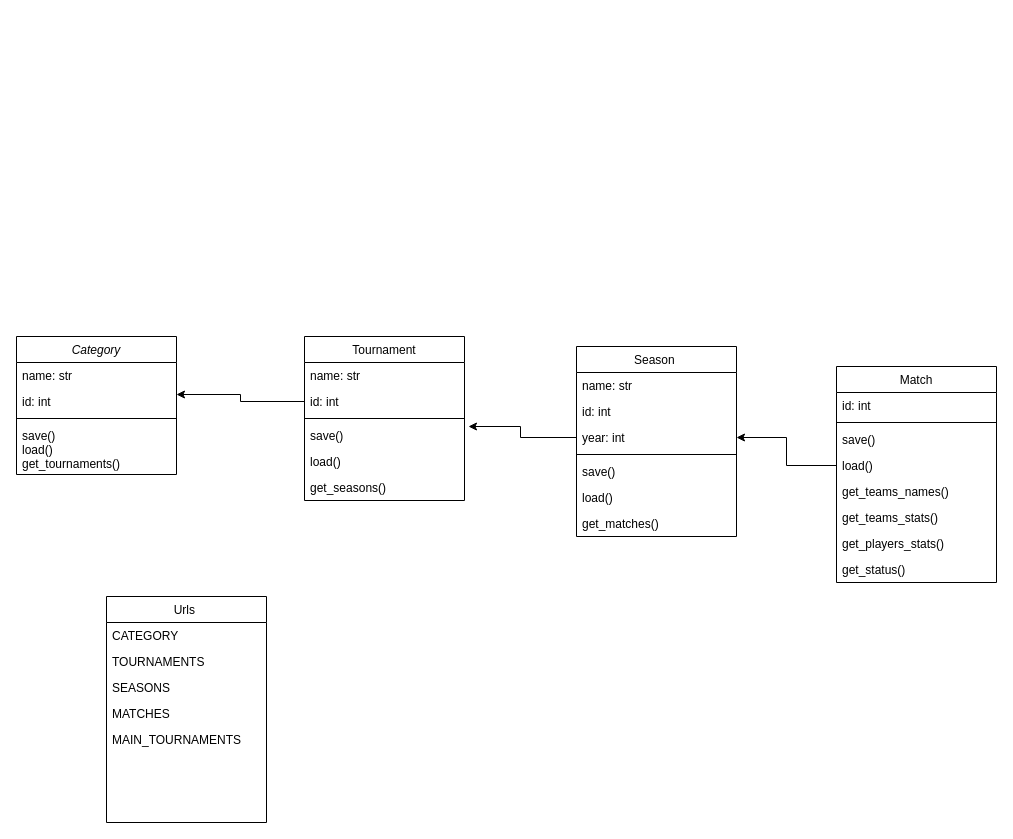
Earlier version of the draw.io diagram sofascrap.drawio (KauanHK/diagramas). Source tidied: cells renumbered, new cells numbered last; positions are measured from the earlier drawing's top-left corner, leaving out a move shared by most shapes. Both pictures are drawn from the tidied source at 100%, with x=0, y=0 at pixel (16, 336).
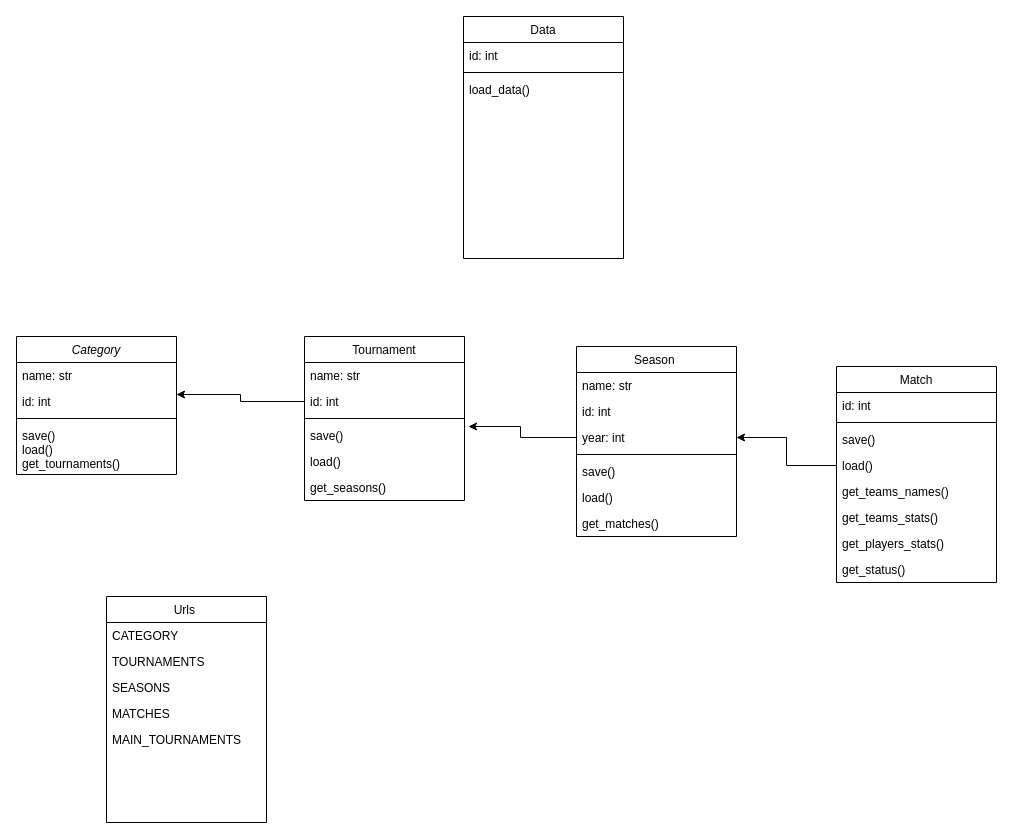
The same diagram, later.

The edit, as a diff of the source:
```diff
@@
+    <mxCell id="40" value="Data" style="swimlane;fontStyle=0;align=center;verticalAlign=top;horizontal=1;startSize=26;rounded=0;shadow=0;strokeWidth=1;" parent="1" vertex="1">
+      <mxGeometry x="447" y="-320" width="160" height="242" as="geometry" />
+    </mxCell>
+    <mxCell id="41" value="id: int" style="text;align=left;verticalAlign=top;spacingLeft=4;spacingRight=4;overflow=hidden;rounded=0;shadow=0;html=0;" parent="40" vertex="1">
+      <mxGeometry y="26" width="160" height="26" as="geometry" />
+    </mxCell>
+    <mxCell id="42" style="line;html=1;strokeWidth=1;align=left;verticalAlign=middle;spacingTop=-1;spacingLeft=3;spacingRight=3;labelPosition=right;" parent="40" vertex="1">
+      <mxGeometry y="52" width="160" height="8" as="geometry" />
+    </mxCell>
+    <mxCell id="43" value="load_data()" style="text;align=left;verticalAlign=top;spacingLeft=4;spacingRight=4;overflow=hidden;rounded=0;shadow=0;html=0;" parent="40" vertex="1">
+      <mxGeometry y="60" width="160" height="26" as="geometry" />
+    </mxCell>
```
